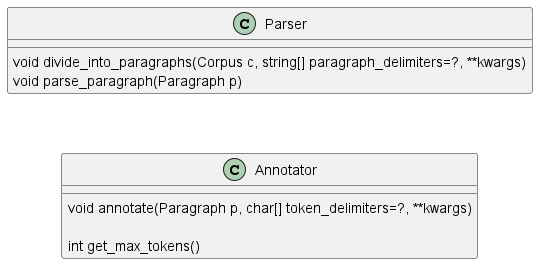
This is docs/design/images/class_manipulators.png from parkchamchi/GlossySnake, a PlantUML export, as it was before one commit.
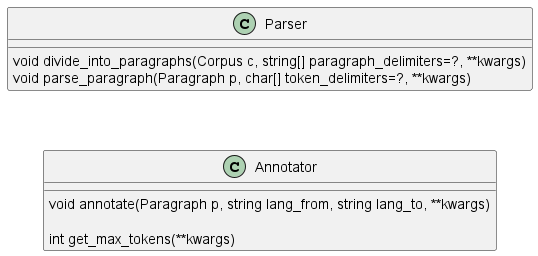
After the commit.

What changed in the source:
```diff
@@ -2,13 +2,13 @@
 
 class Parser {
 	void divide_into_paragraphs(Corpus c, string[] paragraph_delimiters=?, **kwargs)
-	void parse_paragraph(Paragraph p)
+	void parse_paragraph(Paragraph p, char[] token_delimiters=?, **kwargs)
 }
 
 class Annotator {
-	void annotate(Paragraph p, char[] token_delimiters=?, **kwargs)
+	void annotate(Paragraph p, string lang_from, string lang_to, **kwargs)
 
-	int get_max_tokens()
+	int get_max_tokens(**kwargs)
 }
 
 Parser -[hidden]-> Annotator
```
